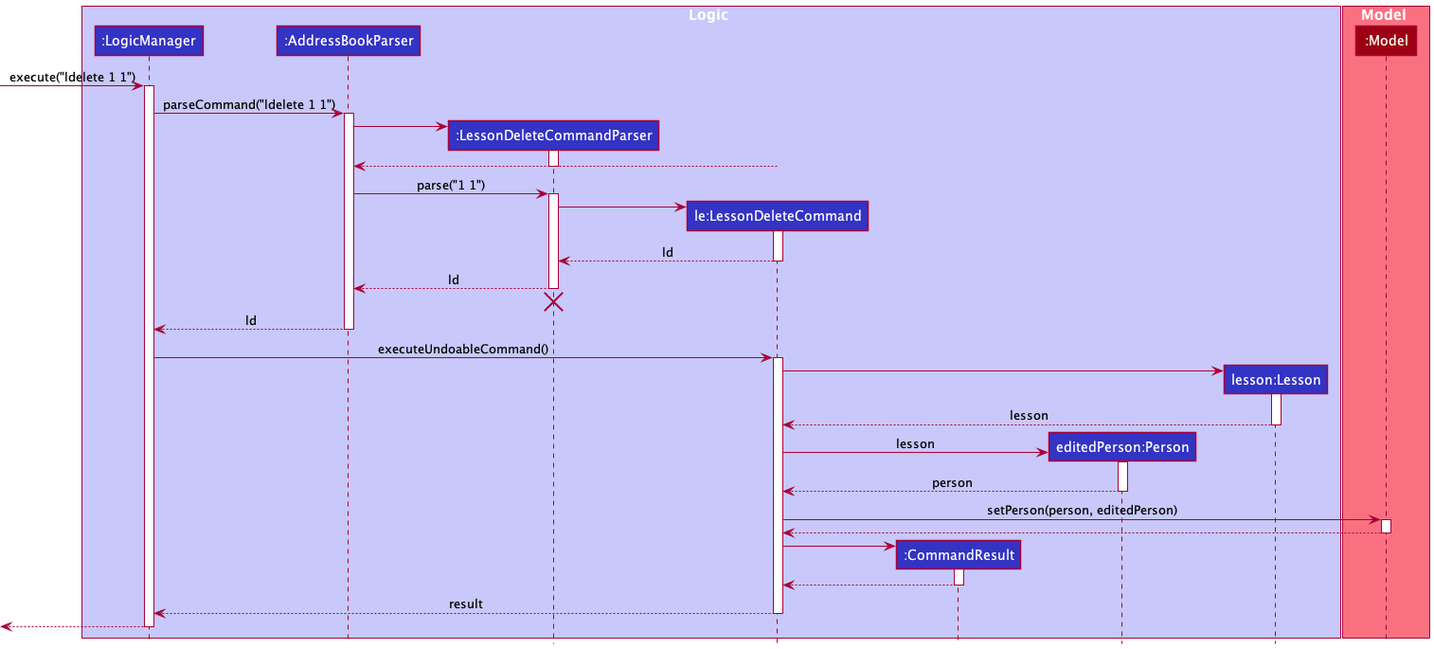
Earlier version of the PlantUML export docs/images/LessonDeleteSequenceDiagram.png (nus-cs2103-AY2122S1/tp). Source of this version:
```plantuml
@startuml
!include style.puml

box Logic LOGIC_COLOR_T1
participant ":LogicManager" as LogicManager LOGIC_COLOR
participant ":AddressBookParser" as AddressBookParser LOGIC_COLOR
participant ":LessonDeleteCommandParser" as LessonDeleteCommandParser LOGIC_COLOR
participant "le:LessonDeleteCommand" as LessonDeleteCommand LOGIC_COLOR
participant ":CommandResult" as CommandResult LOGIC_COLOR
participant "editedPerson:Person" as Person LOGIC_COLOR
participant "lesson:Lesson" as Lesson LOGIC_COLOR

end box

box Model MODEL_COLOR_T1
participant ":Model" as Model MODEL_COLOR
end box

[-> LogicManager : execute("ldelete 1 1")
activate LogicManager

LogicManager -> AddressBookParser : parseCommand("ldelete 1 1")
activate AddressBookParser

create LessonDeleteCommandParser
AddressBookParser -> LessonDeleteCommandParser
activate LessonDeleteCommandParser

LessonDeleteCommand --> AddressBookParser
deactivate LessonDeleteCommandParser

AddressBookParser -> LessonDeleteCommandParser : parse("1 1")
activate LessonDeleteCommandParser

create LessonDeleteCommand
LessonDeleteCommandParser -> LessonDeleteCommand
activate LessonDeleteCommand

LessonDeleteCommand --> LessonDeleteCommandParser : ld
deactivate LessonDeleteCommand

LessonDeleteCommandParser --> AddressBookParser : ld
deactivate LessonDeleteCommandParser
LessonDeleteCommandParser -[hidden]-> AddressBookParser
destroy LessonDeleteCommandParser

AddressBookParser --> LogicManager : ld
deactivate AddressBookParser

LogicManager -> LessonDeleteCommand : executeUndoableCommand()
activate LessonDeleteCommand

create Lesson
LessonDeleteCommand -> Lesson
activate Lesson

Lesson --> LessonDeleteCommand : lesson
deactivate Lesson

create Person
LessonDeleteCommand -> Person : lesson
activate Person

Person --> LessonDeleteCommand : person
deactivate Person

LessonDeleteCommand -> Model : setPerson(person, editedPerson)
activate Model

Model --> LessonDeleteCommand
deactivate Model

create CommandResult
LessonDeleteCommand -> CommandResult
activate CommandResult

CommandResult --> LessonDeleteCommand
deactivate CommandResult

LessonDeleteCommand --> LogicManager : result
deactivate LessonDeleteCommand

[<--LogicManager
deactivate LogicManager
@enduml
```
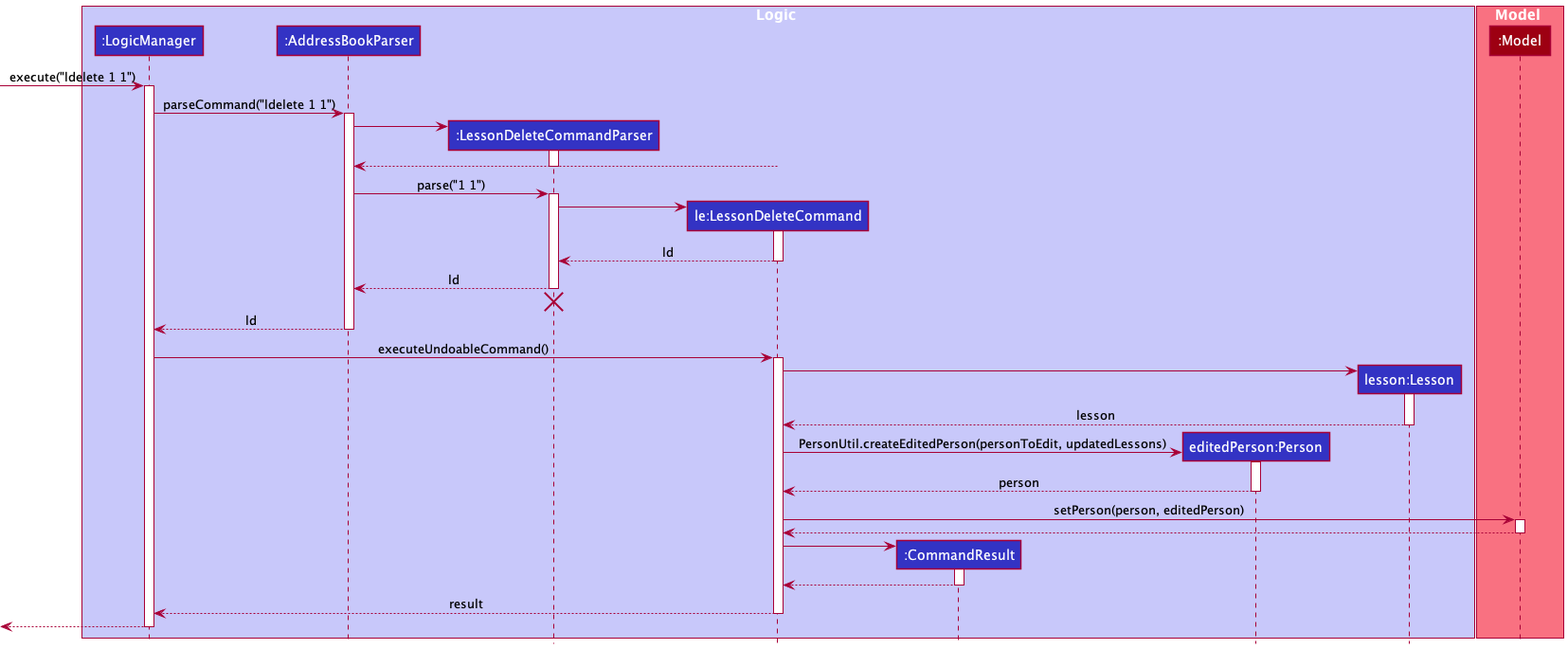
After the commit.

Diff of the diagram source:
```diff
@@ -58,7 +58,7 @@
 deactivate Lesson
 
 create Person
-LessonDeleteCommand -> Person : lesson
+LessonDeleteCommand -> Person : PersonUtil.createEditedPerson(personToEdit, updatedLessons)
 activate Person
 
 Person --> LessonDeleteCommand : person
```
